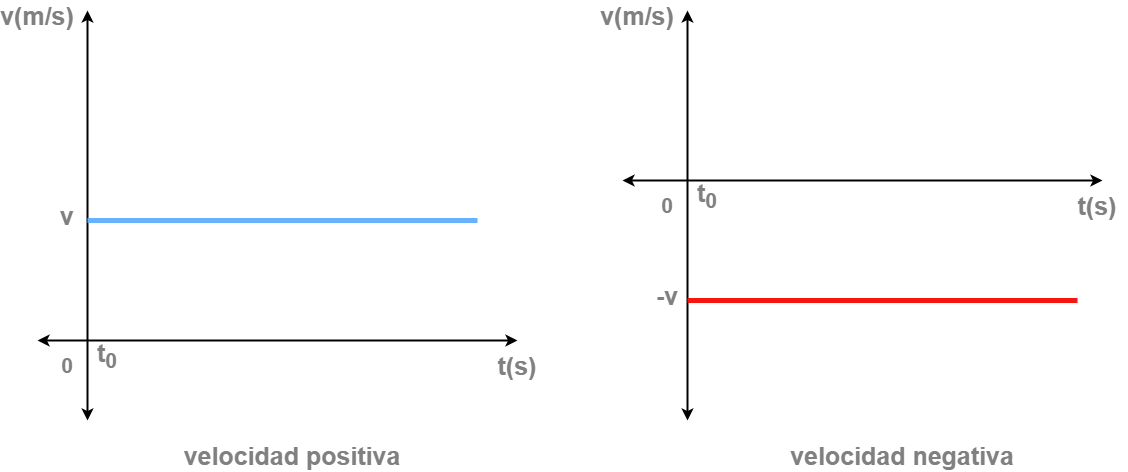
This is webComponents/IMG/gift/velocidad.png from Aspg97/XRMRU, a draw.io export, as it was before one commit. Source tidied: cells renumbered, new cells last; positions are measured from the earlier drawing's top-left corner, leaving out a move shared by most shapes. Its diagram source:
```xml
<mxGraphModel>
  <root>
    <mxCell id="0" />
    <mxCell id="1" parent="0" />
    <mxCell id="2" style="endArrow=classic;startArrow=classic;html=1;rounded=0;strokeWidth=2;" parent="1" edge="1">
      <mxGeometry relative="1" as="geometry">
        <mxPoint x="80" y="420" as="sourcePoint" />
        <mxPoint x="80" y="10" as="targetPoint" />
      </mxGeometry>
    </mxCell>
    <mxCell id="3" style="endArrow=classic;startArrow=classic;html=1;rounded=0;strokeWidth=2;" parent="1" edge="1">
      <mxGeometry relative="1" as="geometry">
        <mxPoint x="30" y="340" as="sourcePoint" />
        <mxPoint x="510" y="340" as="targetPoint" />
      </mxGeometry>
    </mxCell>
    <mxCell id="4" style="endArrow=classic;startArrow=classic;html=1;rounded=0;strokeWidth=2;" parent="1" edge="1">
      <mxGeometry relative="1" as="geometry">
        <mxPoint x="680" y="420" as="sourcePoint" />
        <mxPoint x="680" y="10" as="targetPoint" />
      </mxGeometry>
    </mxCell>
    <mxCell id="5" style="endArrow=classic;startArrow=classic;html=1;rounded=0;strokeWidth=2;" parent="1" edge="1">
      <mxGeometry relative="1" as="geometry">
        <mxPoint x="615" y="180" as="sourcePoint" />
        <mxPoint x="1095" y="180" as="targetPoint" />
      </mxGeometry>
    </mxCell>
    <mxCell id="6" style="endArrow=none;html=1;rounded=0;strokeColor=#66B2FF;strokeWidth=5;" parent="1" edge="1">
      <mxGeometry relative="1" as="geometry">
        <mxPoint x="80" y="220" as="sourcePoint" />
        <mxPoint x="470" y="220" as="targetPoint" />
      </mxGeometry>
    </mxCell>
    <mxCell id="7" style="endArrow=none;html=1;rounded=0;strokeWidth=5;strokeColor=#F5170F;" parent="1" edge="1">
      <mxGeometry relative="1" as="geometry">
        <mxPoint x="680" y="300" as="sourcePoint" />
        <mxPoint x="1070" y="300" as="targetPoint" />
      </mxGeometry>
    </mxCell>
    <mxCell id="8" value="0" style="text;html=1;strokeColor=none;fillColor=none;align=center;verticalAlign=middle;whiteSpace=wrap;rounded=0;fontSize=21;fontColor=#808080;fontStyle=1;" parent="1" vertex="1">
      <mxGeometry x="30" y="350" width="60" height="30" as="geometry" />
    </mxCell>
    <mxCell id="9" value="v" style="text;html=1;strokeColor=none;fillColor=none;align=center;verticalAlign=middle;whiteSpace=wrap;rounded=0;fontSize=25;fontColor=#808080;fontStyle=1;" parent="1" vertex="1">
      <mxGeometry x="30" y="200" width="60" height="30" as="geometry" />
    </mxCell>
    <mxCell id="10" value="-v" style="text;html=1;strokeColor=none;fillColor=none;align=center;verticalAlign=middle;whiteSpace=wrap;rounded=0;fontSize=25;fontColor=#808080;fontStyle=1;" parent="1" vertex="1">
      <mxGeometry x="630" y="280" width="60" height="30" as="geometry" />
    </mxCell>
    <mxCell id="11" value="v(m/s)" style="text;html=1;strokeColor=none;fillColor=none;align=center;verticalAlign=middle;whiteSpace=wrap;rounded=0;fontSize=25;fontColor=#808080;fontStyle=1;" parent="1" vertex="1">
      <mxGeometry width="60" height="30" as="geometry" />
    </mxCell>
    <mxCell id="12" value="t(s)" style="text;html=1;strokeColor=none;fillColor=none;align=center;verticalAlign=middle;whiteSpace=wrap;rounded=0;fontSize=25;fontColor=#808080;fontStyle=1;" parent="1" vertex="1">
      <mxGeometry x="480" y="350" width="60" height="30" as="geometry" />
    </mxCell>
    <mxCell id="13" value="t(s)" style="text;html=1;strokeColor=none;fillColor=none;align=center;verticalAlign=middle;whiteSpace=wrap;rounded=0;fontSize=25;fontColor=#808080;fontStyle=1;" parent="1" vertex="1">
      <mxGeometry x="1060" y="190" width="60" height="30" as="geometry" />
    </mxCell>
    <mxCell id="14" value="v(m/s)" style="text;html=1;strokeColor=none;fillColor=none;align=center;verticalAlign=middle;whiteSpace=wrap;rounded=0;fontSize=25;fontColor=#808080;fontStyle=1;" parent="1" vertex="1">
      <mxGeometry x="600" width="60" height="30" as="geometry" />
    </mxCell>
    <mxCell id="15" value="0" style="text;html=1;strokeColor=none;fillColor=none;align=center;verticalAlign=middle;whiteSpace=wrap;rounded=0;fontSize=21;fontColor=#808080;fontStyle=1;" parent="1" vertex="1">
      <mxGeometry x="630" y="190" width="60" height="30" as="geometry" />
    </mxCell>
    <mxCell id="16" value="t&lt;sub&gt;0&lt;/sub&gt;" style="text;html=1;strokeColor=none;fillColor=none;align=center;verticalAlign=middle;whiteSpace=wrap;rounded=0;fontSize=25;fontColor=#808080;fontStyle=1;" parent="1" vertex="1">
      <mxGeometry x="70" y="340" width="60" height="30" as="geometry" />
    </mxCell>
    <mxCell id="17" value="t&lt;sub&gt;0&lt;/sub&gt;" style="text;html=1;strokeColor=none;fillColor=none;align=center;verticalAlign=middle;whiteSpace=wrap;rounded=0;fontSize=25;fontColor=#808080;fontStyle=1;" parent="1" vertex="1">
      <mxGeometry x="670" y="180" width="60" height="30" as="geometry" />
    </mxCell>
    <mxCell id="18" value="velocidad positiva" style="text;html=1;strokeColor=none;fillColor=none;align=center;verticalAlign=middle;whiteSpace=wrap;rounded=0;fontSize=25;fontColor=#808080;fontStyle=1;" parent="1" vertex="1">
      <mxGeometry x="170" y="440" width="230" height="30" as="geometry" />
    </mxCell>
    <mxCell id="19" value="velocidad negativa" style="text;html=1;strokeColor=none;fillColor=none;align=center;verticalAlign=middle;whiteSpace=wrap;rounded=0;fontSize=25;fontColor=#808080;fontStyle=1;" parent="1" vertex="1">
      <mxGeometry x="780" y="440" width="230" height="30" as="geometry" />
    </mxCell>
  </root>
</mxGraphModel>
```
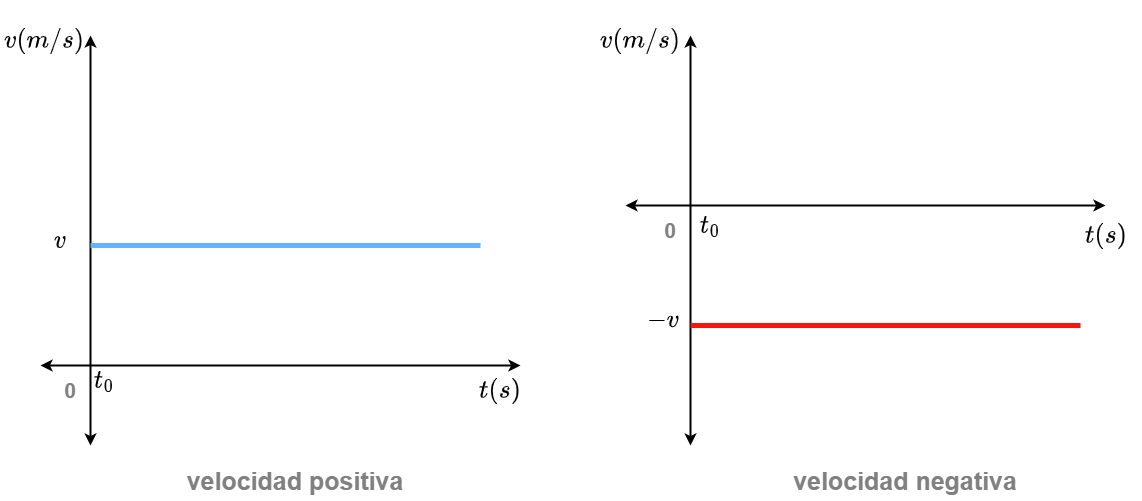
After the commit.

Change to the diagram source:
```diff
@@ -1,78 +1,78 @@
-<mxGraphModel>
+<mxGraphModel math="1">
   <root>
     <mxCell id="0" />
     <mxCell id="1" parent="0" />
-    <mxCell id="2" style="endArrow=classic;startArrow=classic;html=1;rounded=0;strokeWidth=2;" parent="1" edge="1">
-      <mxGeometry relative="1" as="geometry">
-        <mxPoint x="80" y="420" as="sourcePoint" />
-        <mxPoint x="80" y="10" as="targetPoint" />
-      </mxGeometry>
-    </mxCell>
-    <mxCell id="3" style="endArrow=classic;startArrow=classic;html=1;rounded=0;strokeWidth=2;" parent="1" edge="1">
-      <mxGeometry relative="1" as="geometry">
-        <mxPoint x="30" y="340" as="sourcePoint" />
-        <mxPoint x="510" y="340" as="targetPoint" />
-      </mxGeometry>
-    </mxCell>
-    <mxCell id="4" style="endArrow=classic;startArrow=classic;html=1;rounded=0;strokeWidth=2;" parent="1" edge="1">
-      <mxGeometry relative="1" as="geometry">
-        <mxPoint x="680" y="420" as="sourcePoint" />
-        <mxPoint x="680" y="10" as="targetPoint" />
-      </mxGeometry>
-    </mxCell>
-    <mxCell id="5" style="endArrow=classic;startArrow=classic;html=1;rounded=0;strokeWidth=2;" parent="1" edge="1">
-      <mxGeometry relative="1" as="geometry">
-        <mxPoint x="615" y="180" as="sourcePoint" />
-        <mxPoint x="1095" y="180" as="targetPoint" />
-      </mxGeometry>
-    </mxCell>
-    <mxCell id="6" style="endArrow=none;html=1;rounded=0;strokeColor=#66B2FF;strokeWidth=5;" parent="1" edge="1">
-      <mxGeometry relative="1" as="geometry">
-        <mxPoint x="80" y="220" as="sourcePoint" />
-        <mxPoint x="470" y="220" as="targetPoint" />
-      </mxGeometry>
-    </mxCell>
-    <mxCell id="7" style="endArrow=none;html=1;rounded=0;strokeWidth=5;strokeColor=#F5170F;" parent="1" edge="1">
-      <mxGeometry relative="1" as="geometry">
-        <mxPoint x="680" y="300" as="sourcePoint" />
-        <mxPoint x="1070" y="300" as="targetPoint" />
-      </mxGeometry>
-    </mxCell>
-    <mxCell id="8" value="0" style="text;html=1;strokeColor=none;fillColor=none;align=center;verticalAlign=middle;whiteSpace=wrap;rounded=0;fontSize=21;fontColor=#808080;fontStyle=1;" parent="1" vertex="1">
-      <mxGeometry x="30" y="350" width="60" height="30" as="geometry" />
-    </mxCell>
-    <mxCell id="9" value="v" style="text;html=1;strokeColor=none;fillColor=none;align=center;verticalAlign=middle;whiteSpace=wrap;rounded=0;fontSize=25;fontColor=#808080;fontStyle=1;" parent="1" vertex="1">
-      <mxGeometry x="30" y="200" width="60" height="30" as="geometry" />
-    </mxCell>
-    <mxCell id="10" value="-v" style="text;html=1;strokeColor=none;fillColor=none;align=center;verticalAlign=middle;whiteSpace=wrap;rounded=0;fontSize=25;fontColor=#808080;fontStyle=1;" parent="1" vertex="1">
-      <mxGeometry x="630" y="280" width="60" height="30" as="geometry" />
-    </mxCell>
-    <mxCell id="11" value="v(m/s)" style="text;html=1;strokeColor=none;fillColor=none;align=center;verticalAlign=middle;whiteSpace=wrap;rounded=0;fontSize=25;fontColor=#808080;fontStyle=1;" parent="1" vertex="1">
-      <mxGeometry width="60" height="30" as="geometry" />
-    </mxCell>
-    <mxCell id="12" value="t(s)" style="text;html=1;strokeColor=none;fillColor=none;align=center;verticalAlign=middle;whiteSpace=wrap;rounded=0;fontSize=25;fontColor=#808080;fontStyle=1;" parent="1" vertex="1">
-      <mxGeometry x="480" y="350" width="60" height="30" as="geometry" />
-    </mxCell>
-    <mxCell id="13" value="t(s)" style="text;html=1;strokeColor=none;fillColor=none;align=center;verticalAlign=middle;whiteSpace=wrap;rounded=0;fontSize=25;fontColor=#808080;fontStyle=1;" parent="1" vertex="1">
-      <mxGeometry x="1060" y="190" width="60" height="30" as="geometry" />
-    </mxCell>
-    <mxCell id="14" value="v(m/s)" style="text;html=1;strokeColor=none;fillColor=none;align=center;verticalAlign=middle;whiteSpace=wrap;rounded=0;fontSize=25;fontColor=#808080;fontStyle=1;" parent="1" vertex="1">
-      <mxGeometry x="600" width="60" height="30" as="geometry" />
-    </mxCell>
-    <mxCell id="15" value="0" style="text;html=1;strokeColor=none;fillColor=none;align=center;verticalAlign=middle;whiteSpace=wrap;rounded=0;fontSize=21;fontColor=#808080;fontStyle=1;" parent="1" vertex="1">
-      <mxGeometry x="630" y="190" width="60" height="30" as="geometry" />
-    </mxCell>
-    <mxCell id="16" value="t&lt;sub&gt;0&lt;/sub&gt;" style="text;html=1;strokeColor=none;fillColor=none;align=center;verticalAlign=middle;whiteSpace=wrap;rounded=0;fontSize=25;fontColor=#808080;fontStyle=1;" parent="1" vertex="1">
-      <mxGeometry x="70" y="340" width="60" height="30" as="geometry" />
-    </mxCell>
-    <mxCell id="17" value="t&lt;sub&gt;0&lt;/sub&gt;" style="text;html=1;strokeColor=none;fillColor=none;align=center;verticalAlign=middle;whiteSpace=wrap;rounded=0;fontSize=25;fontColor=#808080;fontStyle=1;" parent="1" vertex="1">
-      <mxGeometry x="670" y="180" width="60" height="30" as="geometry" />
-    </mxCell>
+    <mxCell id="20" style="endArrow=classic;startArrow=classic;html=1;rounded=0;strokeWidth=2;" parent="1" edge="1">
+      <mxGeometry relative="1" as="geometry">
+        <mxPoint x="80" y="420" as="sourcePoint" />
+        <mxPoint x="80" y="10" as="targetPoint" />
+      </mxGeometry>
+    </mxCell>
+    <mxCell id="21" style="endArrow=classic;startArrow=classic;html=1;rounded=0;strokeWidth=2;" parent="1" edge="1">
+      <mxGeometry relative="1" as="geometry">
+        <mxPoint x="30" y="340" as="sourcePoint" />
+        <mxPoint x="510" y="340" as="targetPoint" />
+      </mxGeometry>
+    </mxCell>
+    <mxCell id="22" style="endArrow=classic;startArrow=classic;html=1;rounded=0;strokeWidth=2;" parent="1" edge="1">
+      <mxGeometry relative="1" as="geometry">
+        <mxPoint x="680" y="420" as="sourcePoint" />
+        <mxPoint x="680" y="10" as="targetPoint" />
+      </mxGeometry>
+    </mxCell>
+    <mxCell id="23" style="endArrow=classic;startArrow=classic;html=1;rounded=0;strokeWidth=2;" parent="1" edge="1">
+      <mxGeometry relative="1" as="geometry">
+        <mxPoint x="615" y="180" as="sourcePoint" />
+        <mxPoint x="1095" y="180" as="targetPoint" />
+      </mxGeometry>
+    </mxCell>
+    <mxCell id="24" style="endArrow=none;html=1;rounded=0;strokeColor=#66B2FF;strokeWidth=5;" parent="1" edge="1">
+      <mxGeometry relative="1" as="geometry">
+        <mxPoint x="80" y="220" as="sourcePoint" />
+        <mxPoint x="470" y="220" as="targetPoint" />
+      </mxGeometry>
+    </mxCell>
+    <mxCell id="25" style="endArrow=none;html=1;rounded=0;strokeWidth=5;strokeColor=#F5170F;" parent="1" edge="1">
+      <mxGeometry relative="1" as="geometry">
+        <mxPoint x="680" y="300" as="sourcePoint" />
+        <mxPoint x="1070" y="300" as="targetPoint" />
+      </mxGeometry>
+    </mxCell>
+    <mxCell id="26" value="0" style="text;html=1;strokeColor=none;fillColor=none;align=center;verticalAlign=middle;whiteSpace=wrap;rounded=0;fontSize=21;fontColor=#808080;fontStyle=1;" parent="1" vertex="1">
+      <mxGeometry x="30" y="350" width="60" height="30" as="geometry" />
+    </mxCell>
+    <mxCell id="27" value="0" style="text;html=1;strokeColor=none;fillColor=none;align=center;verticalAlign=middle;whiteSpace=wrap;rounded=0;fontSize=21;fontColor=#808080;fontStyle=1;" parent="1" vertex="1">
+      <mxGeometry x="630" y="190" width="60" height="30" as="geometry" />
+    </mxCell>
     <mxCell id="18" value="velocidad positiva" style="text;html=1;strokeColor=none;fillColor=none;align=center;verticalAlign=middle;whiteSpace=wrap;rounded=0;fontSize=25;fontColor=#808080;fontStyle=1;" parent="1" vertex="1">
       <mxGeometry x="170" y="440" width="230" height="30" as="geometry" />
     </mxCell>
     <mxCell id="19" value="velocidad negativa" style="text;html=1;strokeColor=none;fillColor=none;align=center;verticalAlign=middle;whiteSpace=wrap;rounded=0;fontSize=25;fontColor=#808080;fontStyle=1;" parent="1" vertex="1">
       <mxGeometry x="780" y="440" width="230" height="30" as="geometry" />
     </mxCell>
+    <mxCell id="28" value="$$t(s)$$" style="text;html=1;strokeColor=none;fillColor=none;align=center;verticalAlign=middle;whiteSpace=wrap;rounded=0;fontColor=#000000;fontStyle=1;fontSize=22;" parent="1" vertex="1">
+      <mxGeometry x="460" y="350" width="60" height="30" as="geometry" />
+    </mxCell>
+    <mxCell id="29" value="$$t_{0}$$" style="text;html=1;strokeColor=none;fillColor=none;align=center;verticalAlign=middle;whiteSpace=wrap;rounded=0;fontColor=#000000;fontStyle=1;fontSize=22;" parent="1" vertex="1">
+      <mxGeometry x="64" y="340" width="60" height="30" as="geometry" />
+    </mxCell>
+    <mxCell id="30" value="$$t(s)$$" style="text;html=1;strokeColor=none;fillColor=none;align=center;verticalAlign=middle;whiteSpace=wrap;rounded=0;fontColor=#000000;fontStyle=1;fontSize=22;" parent="1" vertex="1">
+      <mxGeometry x="1066" y="195" width="60" height="30" as="geometry" />
+    </mxCell>
+    <mxCell id="31" value="$$t_{0}$$" style="text;html=1;strokeColor=none;fillColor=none;align=center;verticalAlign=middle;whiteSpace=wrap;rounded=0;fontColor=#000000;fontStyle=1;fontSize=22;" parent="1" vertex="1">
+      <mxGeometry x="670" y="185" width="60" height="30" as="geometry" />
+    </mxCell>
+    <mxCell id="32" value="$$v(m/s)$$" style="text;html=1;strokeColor=none;fillColor=none;align=center;verticalAlign=middle;whiteSpace=wrap;rounded=0;fontColor=#000000;fontStyle=1;fontSize=22;" parent="1" vertex="1">
+      <mxGeometry x="4" width="60" height="30" as="geometry" />
+    </mxCell>
+    <mxCell id="33" value="$$v$$" style="text;html=1;strokeColor=none;fillColor=none;align=center;verticalAlign=middle;whiteSpace=wrap;rounded=0;fontColor=#000000;fontStyle=1;fontSize=22;" parent="1" vertex="1">
+      <mxGeometry x="20" y="200" width="60" height="30" as="geometry" />
+    </mxCell>
+    <mxCell id="34" value="$$v(m/s)$$" style="text;html=1;strokeColor=none;fillColor=none;align=center;verticalAlign=middle;whiteSpace=wrap;rounded=0;fontColor=#000000;fontStyle=1;fontSize=22;" parent="1" vertex="1">
+      <mxGeometry x="600" width="60" height="30" as="geometry" />
+    </mxCell>
+    <mxCell id="35" value="$$-v$$" style="text;html=1;strokeColor=none;fillColor=none;align=center;verticalAlign=middle;whiteSpace=wrap;rounded=0;fontColor=#000000;fontStyle=1;fontSize=22;" parent="1" vertex="1">
+      <mxGeometry x="623" y="280" width="60" height="30" as="geometry" />
+    </mxCell>
   </root>
 </mxGraphModel>
```
